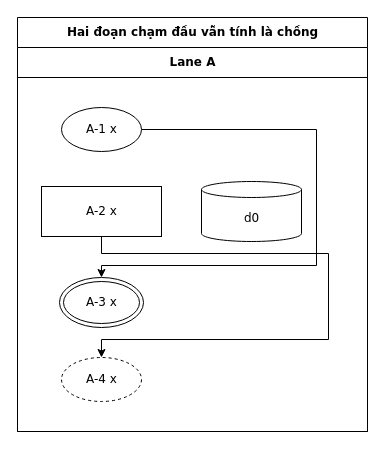
luytbq/flowcast keeps this draw.io diagram as conformance/golden/cases/73-track-touching-ends.drawio. Above is the earlier version. Source tidied: cells renumbered, new cells numbered last; positions are measured from the earlier drawing's top-left corner, leaving out a move shared by most shapes. Both pictures are drawn from the tidied source at 100%, with x=0, y=0 at pixel (17, 17).
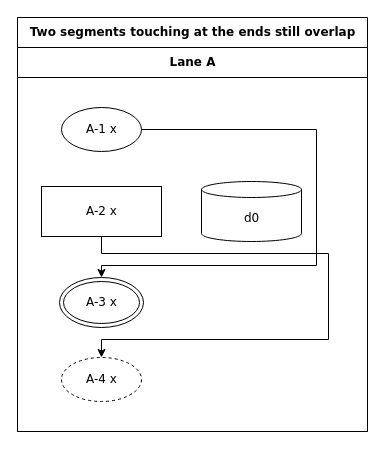
Above is the later version.

The edit, as a diff of the source:
```diff
@@
 <mxGraphModel>
   <root>
     <mxCell id="0" />
     <mxCell id="1" parent="0" />
-    <mxCell id="2" value="Hai đoạn chạm đầu vẫn tính là chồng" style="swimlane;html=1;startSize=30;fontStyle=1;fontFamily=Verdana;fontSize=12;flowtable=1;" parent="1" vertex="1">
+    <mxCell id="2" value="Two segments touching at the ends still overlap" style="swimlane;html=1;startSize=30;fontStyle=1;fontFamily=Verdana;fontSize=12;flowtable=1;" parent="1" vertex="1">
       <mxGeometry width="350" height="414" as="geometry" />
     </mxCell>
     <mxCell id="3" value="Lane A" style="swimlane;html=1;startSize=30;fontFamily=Verdana;fontSize=12;flowtable=1;" parent="2" vertex="1">
       <mxGeometry y="30" width="350" height="384" as="geometry" />
     </mxCell>
     <mxCell id="4" value="A-1 x" style="ellipse;html=1;fontFamily=Verdana;fontSize=12;flowtable=1;" parent="3" vertex="1">
       <mxGeometry x="44" y="60" width="80" height="44" as="geometry" />
     </mxCell>
     <mxCell id="5" value="A-2 x" style="rounded=0;html=1;fontFamily=Verdana;fontSize=12;flowtable=1;" parent="3" vertex="1">
       <mxGeometry x="24" y="139" width="120" height="50" as="geometry" />
     </mxCell>
     <mxCell id="6" value="d0" style="shape=cylinder3;html=1;boundedLbl=1;backgroundOutline=1;size=8;fontFamily=Verdana;fontSize=12;flowtable=1;" parent="3" vertex="1">
       <mxGeometry x="184" y="134" width="100" height="60" as="geometry" />
     </mxCell>
     <mxCell id="7" value="A-3 x" style="shape=doubleEllipse;html=1;fontFamily=Verdana;fontSize=12;flowtable=1;" parent="3" vertex="1">
       <mxGeometry x="42" y="230" width="84" height="50" as="geometry" />
     </mxCell>
     <mxCell id="8" value="A-4 x" style="ellipse;html=1;dashed=1;fontFamily=Verdana;fontSize=12;flowtable=1;" parent="3" vertex="1">
       <mxGeometry x="44" y="310" width="80" height="44" as="geometry" />
     </mxCell>
     <mxCell id="9" style="edgeStyle=orthogonalEdgeStyle;rounded=0;jettySize=auto;html=1;labelBackgroundColor=default;exitX=1;exitY=0.5;exitDx=0;exitDy=0;entryX=0.5;entryY=0;entryDx=0;entryDy=0;fontFamily=Verdana;fontSize=12;flowtable=1;" parent="2" edge="1" source="4" target="7">
       <mxGeometry relative="1" as="geometry">
         <Array as="points">
           <mxPoint x="299" y="112" />
           <mxPoint x="299" y="248" />
           <mxPoint x="84" y="248" />
         </Array>
       </mxGeometry>
     </mxCell>
     <mxCell id="10" style="edgeStyle=orthogonalEdgeStyle;rounded=0;jettySize=auto;html=1;labelBackgroundColor=default;exitX=0.5;exitY=1;exitDx=0;exitDy=0;entryX=0.5;entryY=0;entryDx=0;entryDy=0;fontFamily=Verdana;fontSize=12;flowtable=1;" parent="2" edge="1" source="5" target="8">
       <mxGeometry relative="1" as="geometry">
         <Array as="points">
           <mxPoint x="84" y="236" />
           <mxPoint x="311" y="236" />
           <mxPoint x="311" y="322" />
           <mxPoint x="84" y="322" />
         </Array>
       </mxGeometry>
     </mxCell>
   </root>
 </mxGraphModel>
```
